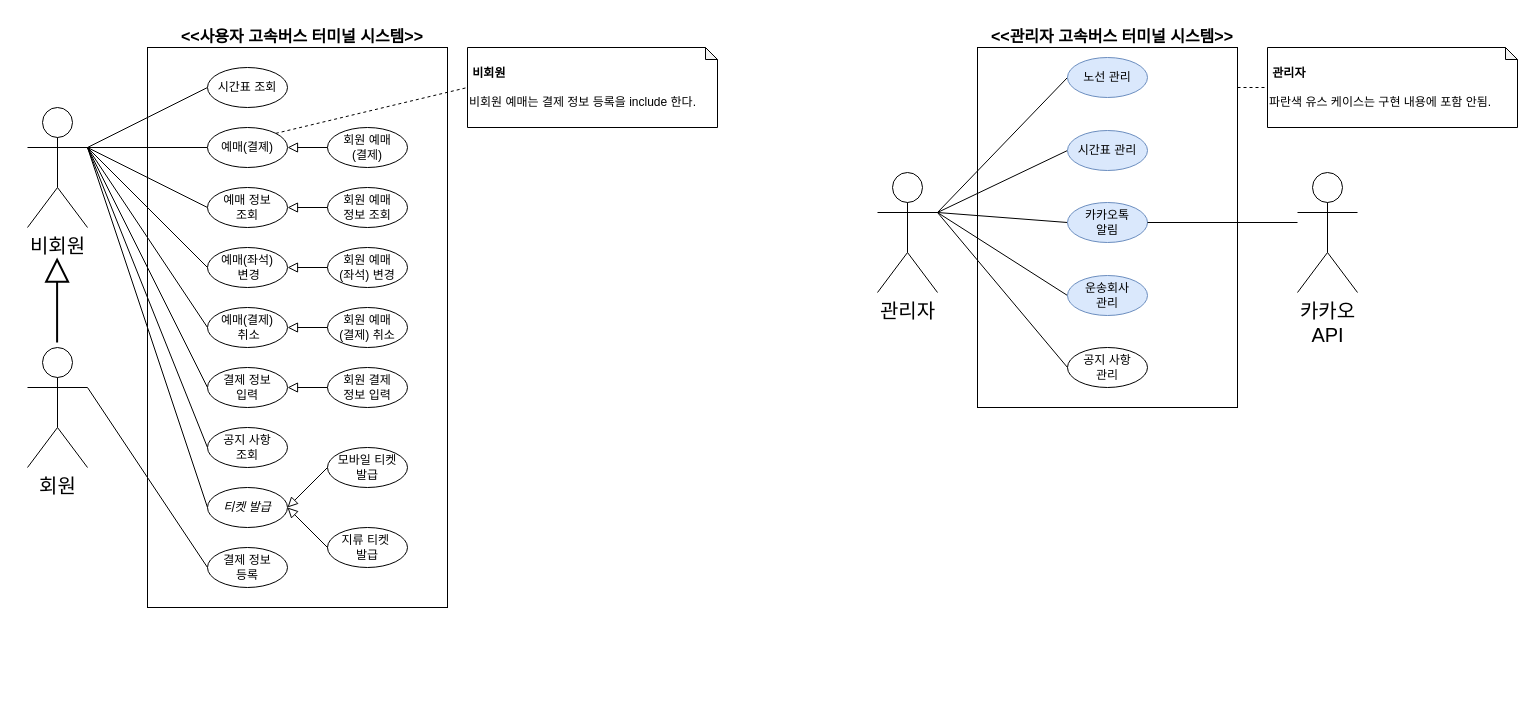
The draw.io diagram UseCase.drawio in SHIN-HANBEEN/MetanetFinal, before the edit. Source tidied: cells renumbered, new cells numbered last; positions are measured from the earlier drawing's top-left corner, leaving out a move shared by most shapes. Both pictures are drawn from the tidied source at 100%, with x=0, y=0 at pixel (27, 17).
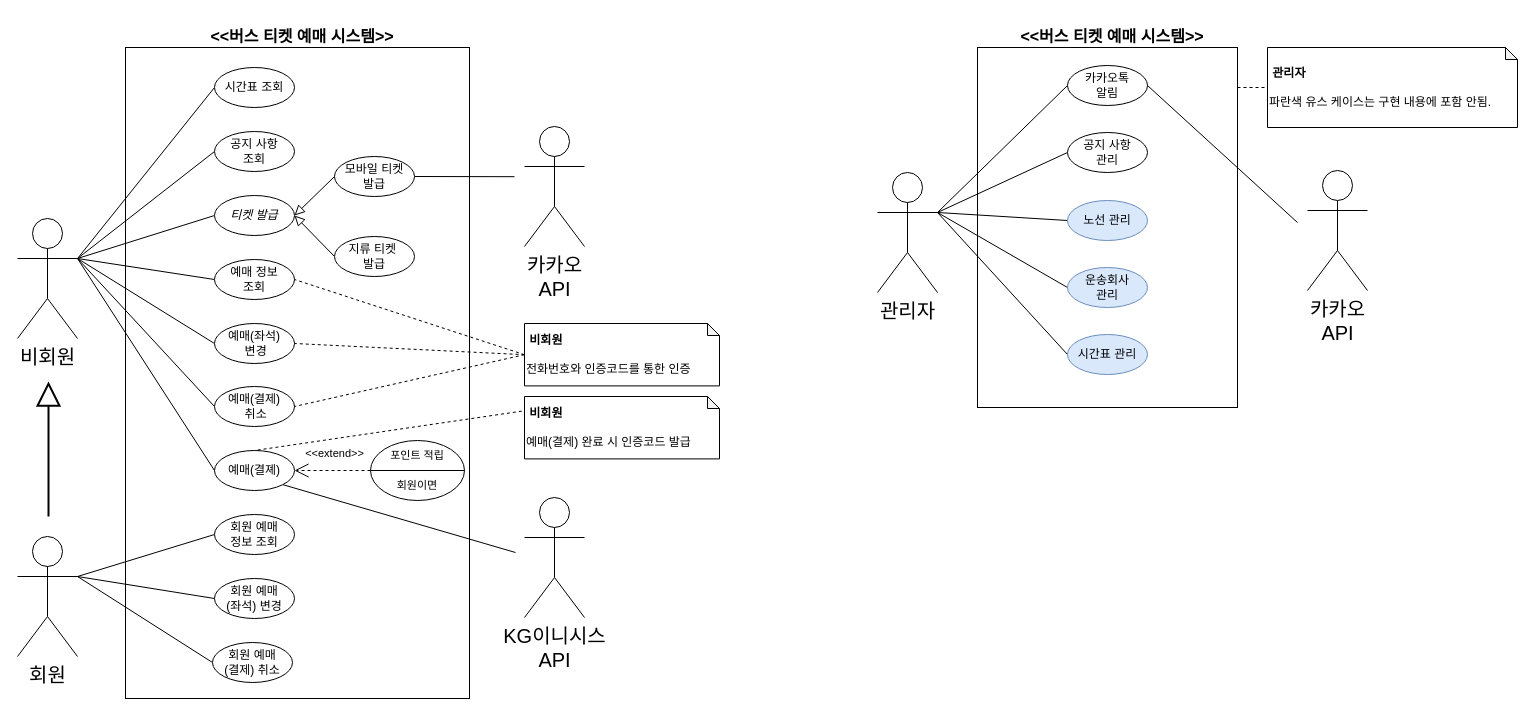
The same diagram, later.

What changed in the source:
```diff
@@
     <mxCell id="3" style="rounded=0;whiteSpace=wrap;html=1;fontFamily=Helvetica;fontSize=11;fontColor=default;" parent="1" vertex="1">
-      <mxGeometry x="120" y="30" width="300" height="560" as="geometry" />
+      <mxGeometry x="98" y="30" width="344" height="651" as="geometry" />
     </mxCell>
@@
-    <mxCell id="9" style="edgeStyle=none;shape=connector;rounded=0;jettySize=auto;html=1;exitX=1;exitY=0.3333333333333333;exitDx=0;exitDy=0;exitPerimeter=0;entryX=0;entryY=0.5;entryDx=0;entryDy=0;labelBackgroundColor=default;strokeColor=default;align=center;verticalAlign=middle;fontFamily=Helvetica;fontSize=11;fontColor=default;endArrow=none;endFill=0;" parent="1" edge="1" source="12" target="29">
-      <mxGeometry relative="1" as="geometry" />
-    </mxCell>
@@
     <mxCell id="12" value="&lt;font style=&quot;font-size: 20px;&quot;&gt;비회원&lt;/font&gt;" style="shape=umlActor;verticalLabelPosition=bottom;verticalAlign=top;html=1;outlineConnect=0;" parent="1" vertex="1">
-      <mxGeometry y="90" width="60" height="120" as="geometry" />
+      <mxGeometry x="-10" y="201" width="60" height="120" as="geometry" />
     </mxCell>
+    <mxCell id="58" style="edgeStyle=none;shape=connector;rounded=0;jettySize=auto;html=1;exitX=1;exitY=1;exitDx=0;exitDy=0;labelBackgroundColor=default;strokeColor=default;align=center;verticalAlign=middle;fontFamily=Helvetica;fontSize=11;fontColor=default;endArrow=none;endFill=0;" parent="1" edge="1" source="13">
+      <mxGeometry relative="1" as="geometry">
+        <mxPoint x="488" y="535" as="targetPoint" />
+      </mxGeometry>
+    </mxCell>
     <mxCell id="13" value="예매(결졔)" style="ellipse;whiteSpace=wrap;html=1;" parent="1" vertex="1">
-      <mxGeometry x="180" y="110" width="80" height="40" as="geometry" />
+      <mxGeometry x="187" y="433" width="80" height="40" as="geometry" />
     </mxCell>
-    <mxCell id="14" value="&lt;div style=&quot;&quot;&gt;&lt;/div&gt;&lt;b&gt;&amp;nbsp;비회원&lt;/b&gt;&lt;br&gt;&lt;br&gt;비회원 예매는 결제 정보 등록을 include 한다." style="shape=note;whiteSpace=wrap;html=1;backgroundOutline=1;darkOpacity=0.05;size=12;align=left;" parent="1" vertex="1">
-      <mxGeometry x="440" y="30" width="250" height="80" as="geometry" />
-    </mxCell>
-    <mxCell id="15" style="edgeStyle=none;shape=connector;rounded=0;jettySize=auto;html=1;exitX=1;exitY=0.3333333333333333;exitDx=0;exitDy=0;exitPerimeter=0;entryX=0;entryY=0.5;entryDx=0;entryDy=0;labelBackgroundColor=default;strokeColor=default;align=center;verticalAlign=middle;fontFamily=Helvetica;fontSize=11;fontColor=default;endArrow=none;endFill=0;" parent="1" edge="1" source="16" target="24">
-      <mxGeometry relative="1" as="geometry" />
-    </mxCell>
+    <mxCell id="59" style="edgeStyle=none;shape=connector;rounded=0;jettySize=auto;html=1;exitX=1;exitY=0.3333333333333333;exitDx=0;exitDy=0;exitPerimeter=0;entryX=0;entryY=0.5;entryDx=0;entryDy=0;labelBackgroundColor=default;strokeColor=default;align=center;verticalAlign=middle;fontFamily=Helvetica;fontSize=11;fontColor=default;endArrow=none;endFill=0;" parent="1" edge="1" source="16" target="52">
+      <mxGeometry relative="1" as="geometry" />
+    </mxCell>
+    <mxCell id="60" style="edgeStyle=none;shape=connector;rounded=0;jettySize=auto;html=1;exitX=1;exitY=0.3333333333333333;exitDx=0;exitDy=0;exitPerimeter=0;entryX=0;entryY=0.5;entryDx=0;entryDy=0;labelBackgroundColor=default;strokeColor=default;align=center;verticalAlign=middle;fontFamily=Helvetica;fontSize=11;fontColor=default;endArrow=none;endFill=0;" parent="1" edge="1" source="16" target="50">
+      <mxGeometry relative="1" as="geometry" />
+    </mxCell>
+    <mxCell id="61" style="edgeStyle=none;shape=connector;rounded=0;jettySize=auto;html=1;exitX=1;exitY=0.3333333333333333;exitDx=0;exitDy=0;exitPerimeter=0;entryX=0;entryY=0.5;entryDx=0;entryDy=0;labelBackgroundColor=default;strokeColor=default;align=center;verticalAlign=middle;fontFamily=Helvetica;fontSize=11;fontColor=default;endArrow=none;endFill=0;" parent="1" edge="1" source="16" target="48">
+      <mxGeometry relative="1" as="geometry" />
+    </mxCell>
     <mxCell id="16" value="&lt;font style=&quot;font-size: 20px;&quot;&gt;회원&lt;/font&gt;" style="shape=umlActor;verticalLabelPosition=bottom;verticalAlign=top;html=1;outlineConnect=0;" parent="1" vertex="1">
-      <mxGeometry y="330" width="60" height="120" as="geometry" />
+      <mxGeometry x="-10" y="519" width="60" height="120" as="geometry" />
     </mxCell>
@@
     <mxCell id="23" value="예매 정보&lt;br&gt;조회" style="ellipse;whiteSpace=wrap;html=1;" parent="1" vertex="1">
-      <mxGeometry x="180" y="170" width="80" height="40" as="geometry" />
+      <mxGeometry x="187" y="242" width="80" height="40" as="geometry" />
     </mxCell>
-    <mxCell id="24" value="결제 정보 &lt;br&gt;등록" style="ellipse;whiteSpace=wrap;html=1;" parent="1" vertex="1">
-      <mxGeometry x="180" y="530" width="80" height="40" as="geometry" />
-    </mxCell>
     <mxCell id="25" value="예매(결제)&lt;br&gt;&amp;nbsp;취소" style="ellipse;whiteSpace=wrap;html=1;" parent="1" vertex="1">
-      <mxGeometry x="180" y="290" width="80" height="40" as="geometry" />
+      <mxGeometry x="187" y="369" width="80" height="40" as="geometry" />
     </mxCell>
     <mxCell id="26" value="시간표&amp;nbsp;관리" style="ellipse;whiteSpace=wrap;html=1;fillColor=#dae8fc;strokeColor=#6c8ebf;" parent="1" vertex="1">
-      <mxGeometry x="1040" y="113" width="80" height="40" as="geometry" />
+      <mxGeometry x="1040" y="317" width="80" height="40" as="geometry" />
     </mxCell>
     <mxCell id="27" value="시간표 조회" style="ellipse;whiteSpace=wrap;html=1;" parent="1" vertex="1">
-      <mxGeometry x="180" y="50" width="80" height="40" as="geometry" />
+      <mxGeometry x="187" y="50" width="80" height="40" as="geometry" />
     </mxCell>
     <mxCell id="28" value="예매(좌석)&lt;br&gt;&amp;nbsp;변경" style="ellipse;whiteSpace=wrap;html=1;" parent="1" vertex="1">
-      <mxGeometry x="180" y="230" width="80" height="40" as="geometry" />
+      <mxGeometry x="187" y="306" width="80" height="40" as="geometry" />
     </mxCell>
-    <mxCell id="29" value="결제 정보 &lt;br&gt;입력" style="ellipse;whiteSpace=wrap;html=1;" parent="1" vertex="1">
-      <mxGeometry x="180" y="350" width="80" height="40" as="geometry" />
-    </mxCell>
     <mxCell id="30" value="공지 사항&lt;br&gt;조회" style="ellipse;whiteSpace=wrap;html=1;" parent="1" vertex="1">
-      <mxGeometry x="180" y="410" width="80" height="40" as="geometry" />
+      <mxGeometry x="187" y="114" width="80" height="40" as="geometry" />
     </mxCell>
     <mxCell id="31" value="노선 관리" style="ellipse;whiteSpace=wrap;html=1;fillColor=#dae8fc;strokeColor=#6c8ebf;" parent="1" vertex="1">
-      <mxGeometry x="1040" y="40" width="80" height="40" as="geometry" />
+      <mxGeometry x="1040" y="183" width="80" height="40" as="geometry" />
     </mxCell>
-    <mxCell id="32" value="카카오톡&lt;br&gt;알림" style="ellipse;whiteSpace=wrap;html=1;fillColor=#dae8fc;strokeColor=#6c8ebf;" parent="1" vertex="1">
-      <mxGeometry x="1040" y="185" width="80" height="40" as="geometry" />
+    <mxCell id="32" value="카카오톡&lt;br&gt;알림" style="ellipse;whiteSpace=wrap;html=1;" parent="1" vertex="1">
+      <mxGeometry x="1040" y="48" width="80" height="40" as="geometry" />
     </mxCell>
     <mxCell id="33" value="운송회사 &lt;br&gt;관리" style="ellipse;whiteSpace=wrap;html=1;fillColor=#dae8fc;strokeColor=#6c8ebf;" parent="1" vertex="1">
-      <mxGeometry x="1040" y="258" width="80" height="40" as="geometry" />
+      <mxGeometry x="1040" y="250" width="80" height="40" as="geometry" />
     </mxCell>
     <mxCell id="34" value="공지 사항&lt;br&gt;관리" style="ellipse;whiteSpace=wrap;html=1;" parent="1" vertex="1">
-      <mxGeometry x="1040" y="330" width="80" height="40" as="geometry" />
+      <mxGeometry x="1040" y="115" width="80" height="40" as="geometry" />
     </mxCell>
@@
     <mxCell id="36" style="endArrow=block;html=1;rounded=0;labelBackgroundColor=default;strokeColor=default;align=center;verticalAlign=middle;fontFamily=Helvetica;fontSize=11;fontColor=default;shape=connector;endFill=0;targetPerimeterSpacing=0;endSize=20;strokeWidth=2;" parent="1" edge="1">
       <mxGeometry relative="1" as="geometry">
-        <mxPoint x="29.6" y="325" as="sourcePoint" />
-        <mxPoint x="29.6" y="240" as="targetPoint" />
+        <mxPoint x="21" y="499" as="sourcePoint" />
+        <mxPoint x="21" y="364" as="targetPoint" />
       </mxGeometry>
     </mxCell>
     <mxCell id="37" value="&lt;i&gt;티켓 발급&lt;/i&gt;" style="ellipse;whiteSpace=wrap;html=1;" parent="1" vertex="1">
-      <mxGeometry x="180" y="470" width="80" height="40" as="geometry" />
+      <mxGeometry x="187" y="178" width="80" height="40" as="geometry" />
     </mxCell>
+    <mxCell id="62" style="edgeStyle=none;shape=connector;rounded=0;jettySize=auto;html=1;exitX=1;exitY=0.5;exitDx=0;exitDy=0;labelBackgroundColor=default;strokeColor=default;align=center;verticalAlign=middle;fontFamily=Helvetica;fontSize=11;fontColor=default;endArrow=none;endFill=0;" parent="1" edge="1" source="38">
+      <mxGeometry relative="1" as="geometry">
+        <mxPoint x="487" y="159.2" as="targetPoint" />
+      </mxGeometry>
+    </mxCell>
     <mxCell id="38" value="모바일 티켓&lt;br&gt;발급" style="ellipse;whiteSpace=wrap;html=1;" parent="1" vertex="1">
-      <mxGeometry x="300" y="430" width="80" height="40" as="geometry" />
+      <mxGeometry x="307" y="139" width="80" height="40" as="geometry" />
     </mxCell>
+    <mxCell id="63" style="edgeStyle=none;shape=connector;rounded=0;jettySize=auto;html=1;exitX=0;exitY=0.5;exitDx=0;exitDy=0;entryX=1;entryY=0.5;entryDx=0;entryDy=0;labelBackgroundColor=default;strokeColor=default;align=center;verticalAlign=middle;fontFamily=Helvetica;fontSize=11;fontColor=default;endArrow=block;endFill=0;startArrow=none;startFill=0;strokeWidth=1;endSize=8;" parent="1" edge="1" source="39" target="37">
+      <mxGeometry relative="1" as="geometry" />
+    </mxCell>
     <mxCell id="39" value="지류 티켓&amp;nbsp;&lt;br&gt;발급" style="ellipse;whiteSpace=wrap;html=1;" parent="1" vertex="1">
-      <mxGeometry x="300" y="510" width="80" height="40" as="geometry" />
+      <mxGeometry x="307" y="219" width="80" height="40" as="geometry" />
     </mxCell>
@@
-    <mxCell id="41" style="endArrow=block;html=1;rounded=0;labelBackgroundColor=default;strokeColor=default;align=center;verticalAlign=middle;fontFamily=Helvetica;fontSize=11;fontColor=default;shape=connector;exitX=0;exitY=0.5;exitDx=0;exitDy=0;endFill=0;endSize=8;" parent="1" edge="1" source="39">
-      <mxGeometry relative="1" as="geometry">
-        <mxPoint x="260" y="490" as="targetPoint" />
-      </mxGeometry>
-    </mxCell>
-    <mxCell id="42" style="endArrow=none;dashed=1;html=1;rounded=0;labelBackgroundColor=default;strokeColor=default;align=center;verticalAlign=middle;fontFamily=Helvetica;fontSize=11;fontColor=default;shape=connector;entryX=0;entryY=0.5;entryDx=0;entryDy=0;entryPerimeter=0;exitX=1;exitY=0;exitDx=0;exitDy=0;" parent="1" edge="1" source="13" target="14">
-      <mxGeometry relative="1" as="geometry" />
-    </mxCell>
@@
-    <mxCell id="44" value="&lt;font style=&quot;font-size: 16px;&quot;&gt;&lt;b&gt;&amp;lt;&amp;lt;사용자 고속버스 터미널 시스템&amp;gt;&amp;gt;&lt;/b&gt;&lt;/font&gt;" style="text;html=1;strokeColor=none;fillColor=none;align=center;verticalAlign=middle;whiteSpace=wrap;rounded=0;fontSize=11;fontFamily=Helvetica;fontColor=default;" parent="1" vertex="1">
+    <mxCell id="44" value="&lt;font style=&quot;font-size: 16px;&quot;&gt;&lt;b&gt;&amp;lt;&amp;lt;버스 티켓 예매 시스템&amp;gt;&amp;gt;&lt;/b&gt;&lt;/font&gt;" style="text;html=1;strokeColor=none;fillColor=none;align=center;verticalAlign=middle;whiteSpace=wrap;rounded=0;fontSize=11;fontFamily=Helvetica;fontColor=default;" parent="1" vertex="1">
       <mxGeometry x="135" width="280" height="37.5" as="geometry" />
     </mxCell>
-    <mxCell id="45" value="&lt;font style=&quot;font-size: 16px;&quot;&gt;&lt;b&gt;&amp;lt;&amp;lt;관리자 고속버스 터미널 시스템&amp;gt;&amp;gt;&lt;/b&gt;&lt;/font&gt;" style="text;html=1;strokeColor=none;fillColor=none;align=center;verticalAlign=middle;whiteSpace=wrap;rounded=0;fontSize=11;fontFamily=Helvetica;fontColor=default;" parent="1" vertex="1">
+    <mxCell id="45" value="&lt;b style=&quot;border-color: var(--border-color); font-size: 16px;&quot;&gt;&amp;lt;&amp;lt;버스 티켓 예매 시스템&amp;gt;&amp;gt;&lt;/b&gt;" style="text;html=1;strokeColor=none;fillColor=none;align=center;verticalAlign=middle;whiteSpace=wrap;rounded=0;fontSize=11;fontFamily=Helvetica;fontColor=default;" parent="1" vertex="1">
       <mxGeometry x="945" width="280" height="37.5" as="geometry" />
     </mxCell>
-    <mxCell id="46" value="회원 결제&lt;br&gt;정보 입력" style="ellipse;whiteSpace=wrap;html=1;" parent="1" vertex="1">
-      <mxGeometry x="300" y="350" width="80" height="40" as="geometry" />
-    </mxCell>
-    <mxCell id="47" style="endArrow=block;html=1;rounded=0;labelBackgroundColor=default;strokeColor=default;align=center;verticalAlign=middle;fontFamily=Helvetica;fontSize=11;fontColor=default;shape=connector;entryX=1;entryY=0.5;entryDx=0;entryDy=0;exitX=0;exitY=0.5;exitDx=0;exitDy=0;endFill=0;endSize=8;" parent="1" edge="1" source="46">
-      <mxGeometry relative="1" as="geometry">
-        <mxPoint x="260" y="370" as="targetPoint" />
-      </mxGeometry>
-    </mxCell>
     <mxCell id="48" value="회원 예매&lt;br&gt;(결제) 취소" style="ellipse;whiteSpace=wrap;html=1;" parent="1" vertex="1">
-      <mxGeometry x="300" y="290" width="80" height="40" as="geometry" />
+      <mxGeometry x="185" y="625" width="80" height="40" as="geometry" />
     </mxCell>
-    <mxCell id="49" style="endArrow=block;html=1;rounded=0;labelBackgroundColor=default;strokeColor=default;align=center;verticalAlign=middle;fontFamily=Helvetica;fontSize=11;fontColor=default;shape=connector;entryX=1;entryY=0.5;entryDx=0;entryDy=0;exitX=0;exitY=0.5;exitDx=0;exitDy=0;endFill=0;endSize=8;" parent="1" edge="1" source="48">
-      <mxGeometry relative="1" as="geometry">
-        <mxPoint x="260" y="310" as="targetPoint" />
-      </mxGeometry>
-    </mxCell>
     <mxCell id="50" value="회원 예매&lt;br&gt;(좌석) 변경" style="ellipse;whiteSpace=wrap;html=1;" parent="1" vertex="1">
-      <mxGeometry x="300" y="230" width="80" height="40" as="geometry" />
+      <mxGeometry x="187" y="561" width="80" height="40" as="geometry" />
     </mxCell>
-    <mxCell id="51" style="endArrow=block;html=1;rounded=0;labelBackgroundColor=default;strokeColor=default;align=center;verticalAlign=middle;fontFamily=Helvetica;fontSize=11;fontColor=default;shape=connector;entryX=1;entryY=0.5;entryDx=0;entryDy=0;exitX=0;exitY=0.5;exitDx=0;exitDy=0;endFill=0;endSize=8;" parent="1" edge="1" source="50">
-      <mxGeometry relative="1" as="geometry">
-        <mxPoint x="260" y="250" as="targetPoint" />
-      </mxGeometry>
-    </mxCell>
-    <mxCell id="52" value="회원 예매&lt;br&gt;정보 조회" style="ellipse;whiteSpace=wrap;html=1;" parent="1" vertex="1">
-      <mxGeometry x="300" y="170" width="80" height="40" as="geometry" />
+    <mxCell id="52" value="회원 예매 &lt;br&gt;정보 조회" style="ellipse;whiteSpace=wrap;html=1;" parent="1" vertex="1">
+      <mxGeometry x="187" y="497" width="80" height="40" as="geometry" />
     </mxCell>
-    <mxCell id="53" style="endArrow=block;html=1;rounded=0;labelBackgroundColor=default;strokeColor=default;align=center;verticalAlign=middle;fontFamily=Helvetica;fontSize=11;fontColor=default;shape=connector;entryX=1;entryY=0.5;entryDx=0;entryDy=0;exitX=0;exitY=0.5;exitDx=0;exitDy=0;endFill=0;endSize=8;" parent="1" edge="1" source="52">
-      <mxGeometry relative="1" as="geometry">
-        <mxPoint x="260" y="190" as="targetPoint" />
-      </mxGeometry>
-    </mxCell>
-    <mxCell id="54" value="회원&amp;nbsp;예매&lt;br&gt;(결제)" style="ellipse;whiteSpace=wrap;html=1;" parent="1" vertex="1">
-      <mxGeometry x="300" y="110" width="80" height="40" as="geometry" />
-    </mxCell>
-    <mxCell id="55" style="endArrow=block;html=1;rounded=0;labelBackgroundColor=default;strokeColor=default;align=center;verticalAlign=middle;fontFamily=Helvetica;fontSize=11;fontColor=default;shape=connector;entryX=1;entryY=0.5;entryDx=0;entryDy=0;exitX=0;exitY=0.5;exitDx=0;exitDy=0;endFill=0;endSize=8;" parent="1" edge="1" source="54">
-      <mxGeometry relative="1" as="geometry">
-        <mxPoint x="260" y="130" as="targetPoint" />
-      </mxGeometry>
-    </mxCell>
     <mxCell id="56" value="&lt;span style=&quot;font-size: 20px;&quot;&gt;카카오&lt;br&gt;API&lt;br&gt;&lt;/span&gt;" style="shape=umlActor;verticalLabelPosition=bottom;verticalAlign=top;html=1;" parent="1" vertex="1">
-      <mxGeometry x="1270" y="155" width="60" height="120" as="geometry" />
+      <mxGeometry x="1280" y="153" width="60" height="120" as="geometry" />
     </mxCell>
@@
+    <mxCell id="64" value="&lt;span style=&quot;font-size: 20px;&quot;&gt;카카오&lt;br&gt;API&lt;br&gt;&lt;/span&gt;" style="shape=umlActor;verticalLabelPosition=bottom;verticalAlign=top;html=1;" parent="1" vertex="1">
+      <mxGeometry x="497" y="109" width="60" height="120" as="geometry" />
+    </mxCell>
+    <mxCell id="65" value="&lt;span style=&quot;font-size: 20px;&quot;&gt;KG이니시스&lt;br&gt;API&lt;br&gt;&lt;/span&gt;" style="shape=umlActor;verticalLabelPosition=bottom;verticalAlign=top;html=1;" parent="1" vertex="1">
+      <mxGeometry x="497" y="480" width="60" height="120" as="geometry" />
+    </mxCell>
+    <mxCell id="66" style="group;" parent="1" vertex="1">
+      <mxGeometry x="343" y="423" width="94" height="60" as="geometry" />
+    </mxCell>
+    <mxCell id="67" style="shape=lineEllipse;perimeter=ellipsePerimeter;whiteSpace=wrap;html=1;backgroundOutline=1;fontFamily=Helvetica;fontSize=11;fontColor=default;" parent="66" vertex="1">
+      <mxGeometry width="94" height="60" as="geometry" />
+    </mxCell>
+    <mxCell id="68" value="회원이면" style="text;html=1;strokeColor=none;fillColor=none;align=center;verticalAlign=middle;whiteSpace=wrap;rounded=0;fontSize=11;fontFamily=Helvetica;fontColor=default;" parent="66" vertex="1">
+      <mxGeometry x="17" y="30" width="60" height="30" as="geometry" />
+    </mxCell>
+    <mxCell id="69" value="포인트 적립" style="text;html=1;strokeColor=none;fillColor=none;align=center;verticalAlign=middle;whiteSpace=wrap;rounded=0;fontSize=11;fontFamily=Helvetica;fontColor=default;" parent="66" vertex="1">
+      <mxGeometry x="10" width="74" height="30" as="geometry" />
+    </mxCell>
+    <mxCell id="70" value="&amp;lt;&amp;lt;extend&amp;gt;&amp;gt;" style="endArrow=open;endSize=12;dashed=1;html=1;rounded=0;labelBackgroundColor=default;strokeColor=default;align=center;verticalAlign=middle;fontFamily=Helvetica;fontSize=11;fontColor=default;shape=connector;entryX=1;entryY=0.5;entryDx=0;entryDy=0;exitX=0;exitY=0.5;exitDx=0;exitDy=0;" parent="1" edge="1" source="67" target="13">
+      <mxGeometry x="-0.04" y="-17" relative="1" as="geometry" />
+    </mxCell>
+    <mxCell id="71" value="&lt;p style=&quot;line-height: 150%;&quot;&gt;&lt;/p&gt;&lt;div style=&quot;line-height: 140%;&quot;&gt;&lt;/div&gt;&lt;b&gt;&amp;nbsp;비회원&lt;/b&gt;&lt;br&gt;&lt;br&gt;전화번호와 인증코드를 통한 인증&lt;p&gt;&lt;/p&gt;" style="shape=note;whiteSpace=wrap;html=1;backgroundOutline=1;darkOpacity=0.05;size=12;align=left;" parent="1" vertex="1">
+      <mxGeometry x="497" y="306" width="195" height="62.4" as="geometry" />
+    </mxCell>
+    <mxCell id="72" style="endArrow=none;dashed=1;html=1;rounded=0;labelBackgroundColor=default;strokeColor=default;align=center;verticalAlign=middle;fontFamily=Helvetica;fontSize=11;fontColor=default;shape=connector;entryX=1;entryY=0.5;entryDx=0;entryDy=0;exitX=0;exitY=0.5;exitDx=0;exitDy=0;exitPerimeter=0;" parent="1" edge="1" source="71" target="23">
+      <mxGeometry relative="1" as="geometry" />
+    </mxCell>
+    <mxCell id="73" style="endArrow=none;dashed=1;html=1;rounded=0;labelBackgroundColor=default;strokeColor=default;align=center;verticalAlign=middle;fontFamily=Helvetica;fontSize=11;fontColor=default;shape=connector;entryX=1;entryY=0.5;entryDx=0;entryDy=0;exitX=0;exitY=0.5;exitDx=0;exitDy=0;exitPerimeter=0;" parent="1" edge="1" source="71" target="25">
+      <mxGeometry relative="1" as="geometry" />
+    </mxCell>
+    <mxCell id="74" style="endArrow=none;dashed=1;html=1;rounded=0;labelBackgroundColor=default;strokeColor=default;align=center;verticalAlign=middle;fontFamily=Helvetica;fontSize=11;fontColor=default;shape=connector;entryX=1;entryY=0.5;entryDx=0;entryDy=0;exitX=0;exitY=0.5;exitDx=0;exitDy=0;exitPerimeter=0;" parent="1" edge="1" source="71" target="28">
+      <mxGeometry relative="1" as="geometry" />
+    </mxCell>
+    <mxCell id="75" value="&lt;p style=&quot;line-height: 150%;&quot;&gt;&lt;/p&gt;&lt;div style=&quot;line-height: 140%;&quot;&gt;&lt;/div&gt;&lt;b&gt;&amp;nbsp;비회원&lt;/b&gt;&lt;br&gt;&lt;br&gt;예매(결제) 완료 시 인증코드 발급&lt;br&gt;&lt;p&gt;&lt;/p&gt;" style="shape=note;whiteSpace=wrap;html=1;backgroundOutline=1;darkOpacity=0.05;size=12;align=left;" parent="1" vertex="1">
+      <mxGeometry x="497" y="379" width="195" height="62.4" as="geometry" />
+    </mxCell>
+    <mxCell id="76" style="endArrow=none;dashed=1;html=1;rounded=0;labelBackgroundColor=default;strokeColor=default;align=center;verticalAlign=middle;fontFamily=Helvetica;fontSize=11;fontColor=default;shape=connector;entryX=0.5;entryY=0;entryDx=0;entryDy=0;exitX=-0.014;exitY=0.235;exitDx=0;exitDy=0;exitPerimeter=0;" parent="1" edge="1" source="75" target="13">
+      <mxGeometry relative="1" as="geometry" />
+    </mxCell>
```
